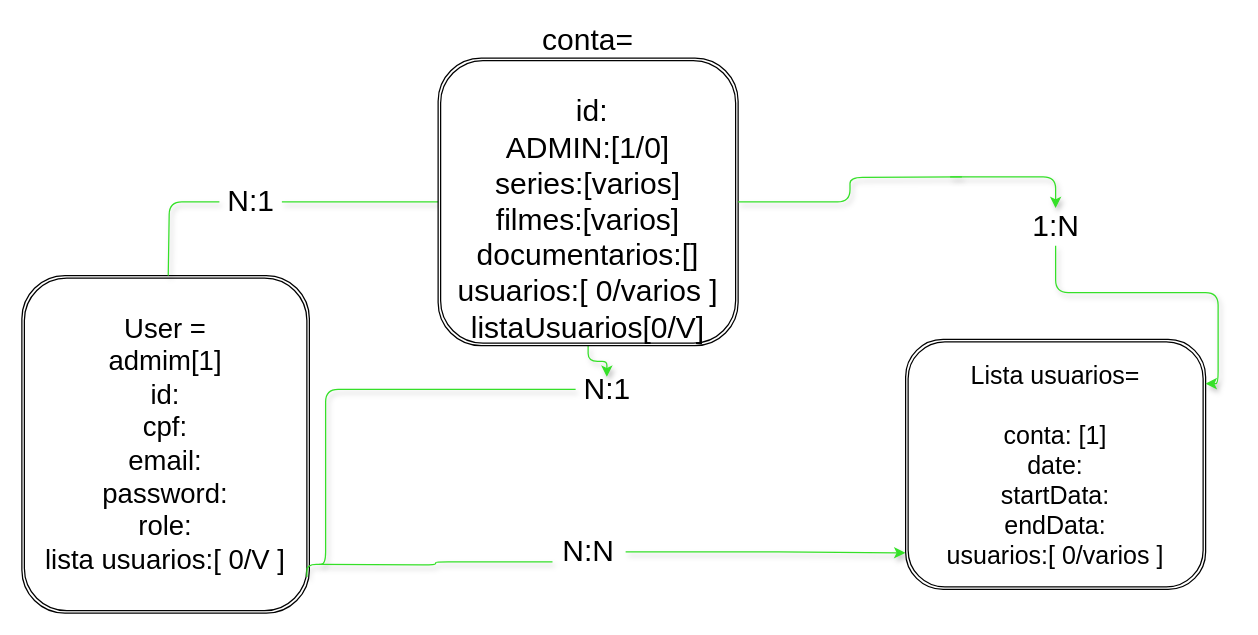
Above: page "Descrição do projeto" (1 of 3) of series-favoritas/diagrama-do-projeto.drawio in RobervanSouza/Back-end_conta_Netflix (draw.io), before the change. Source tidied: cells renumbered, new cells numbered last; positions are measured from the earlier drawing's top-left corner, leaving out a move shared by most shapes. Both pictures are drawn from the tidied source at 125%, with x=0, y=0 at pixel (21, 58).
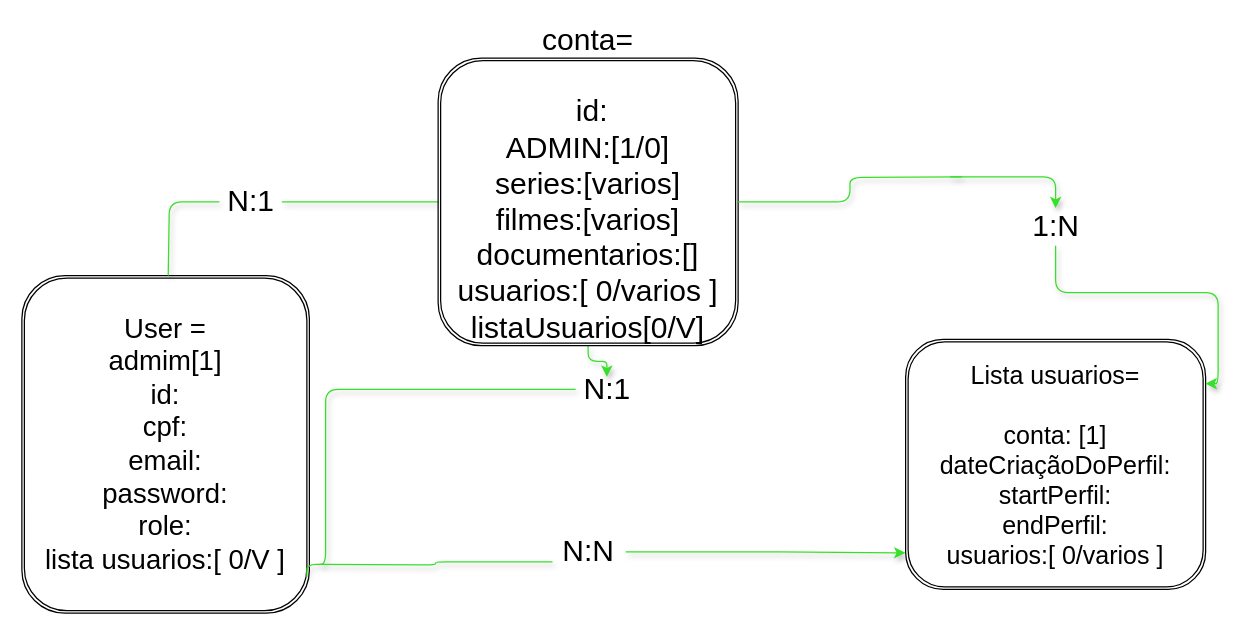
The same diagram, later.

Commit message (it also covers changes not shown here):
criação interface lita e conta

Change to the diagram source:
```diff
@@
-    <mxCell id="7" value="Lista usuarios=&lt;br&gt;&lt;br&gt;conta: [1]&lt;br&gt;date:&lt;br&gt;startData:&lt;br&gt;endData:&lt;br&gt;usuarios:[ 0/varios ]" style="shape=ext;double=1;rounded=1;whiteSpace=wrap;html=1;fontSize=20;" parent="1" vertex="1">
+    <mxCell id="7" value="Lista usuarios=&lt;br&gt;&lt;br&gt;conta: [1]&lt;br&gt;dateCriaçãoDoPerfil:&lt;br&gt;startPerfil:&lt;br&gt;endPerfil:&lt;br&gt;usuarios:[ 0/varios ]" style="shape=ext;double=1;rounded=1;whiteSpace=wrap;html=1;fontSize=20;" parent="1" vertex="1">
       <mxGeometry x="707" y="225" width="240" height="200" as="geometry" />
     </mxCell>
```
